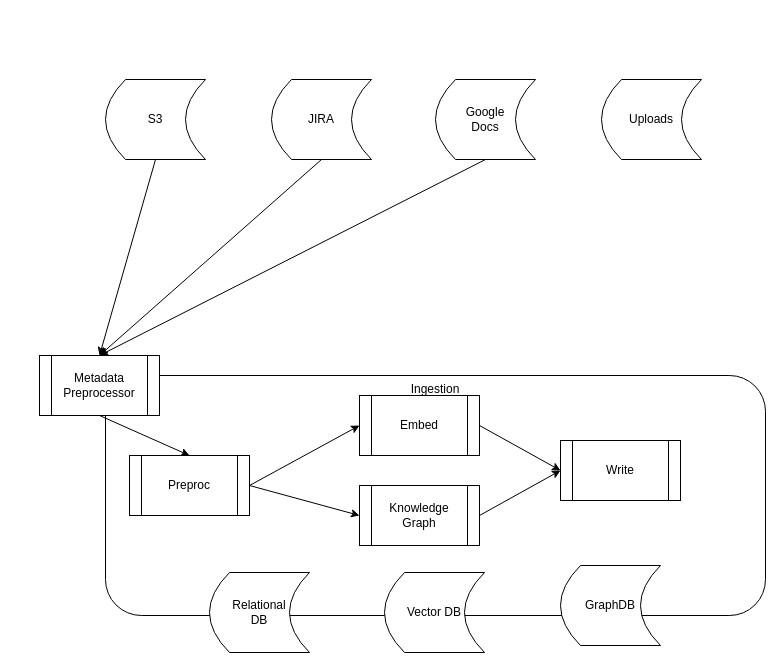
Before: Untitled Diagram.drawio in amanrai/TuliusBackend, a draw.io diagram. Source tidied: cells renumbered, new cells numbered last; positions are measured from the earlier drawing's top-left corner, leaving out a move shared by most shapes. Both pictures are drawn from the tidied source at 100%, with x=0, y=0 at pixel (39, 79).
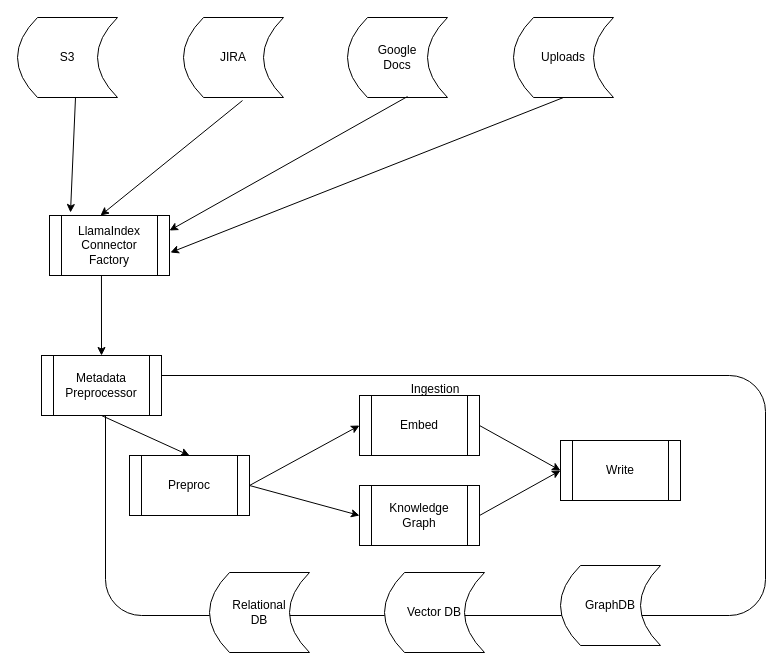
After the change.

The edit, as a diff of the source:
```diff
@@
     <mxCell id="3" value="S3" style="shape=dataStorage;whiteSpace=wrap;html=1;fixedSize=1;" parent="1" vertex="1">
-      <mxGeometry x="66" width="100" height="80" as="geometry" />
+      <mxGeometry x="-22" y="-62" width="100" height="80" as="geometry" />
     </mxCell>
     <mxCell id="4" value="JIRA" style="shape=dataStorage;whiteSpace=wrap;html=1;fixedSize=1;" parent="1" vertex="1">
-      <mxGeometry x="232" width="100" height="80" as="geometry" />
+      <mxGeometry x="144" y="-62" width="100" height="80" as="geometry" />
     </mxCell>
     <mxCell id="5" value="Google &lt;br&gt;Docs" style="shape=dataStorage;whiteSpace=wrap;html=1;fixedSize=1;" parent="1" vertex="1">
-      <mxGeometry x="396" width="100" height="80" as="geometry" />
+      <mxGeometry x="308" y="-62" width="100" height="80" as="geometry" />
     </mxCell>
     <mxCell id="6" value="Uploads" style="shape=dataStorage;whiteSpace=wrap;html=1;fixedSize=1;" parent="1" vertex="1">
-      <mxGeometry x="562" width="100" height="80" as="geometry" />
+      <mxGeometry x="474" y="-62" width="100" height="80" as="geometry" />
     </mxCell>
     <mxCell id="7" value="Metadata Preprocessor" style="shape=process;whiteSpace=wrap;html=1;backgroundOutline=1;" parent="1" vertex="1">
-      <mxGeometry y="276" width="120" height="60" as="geometry" />
+      <mxGeometry x="2" y="276" width="120" height="60" as="geometry" />
     </mxCell>
-    <mxCell id="8" style="endArrow=classic;html=1;rounded=0;exitX=0.5;exitY=1;exitDx=0;exitDy=0;entryX=0.5;entryY=0;entryDx=0;entryDy=0;" parent="1" edge="1" source="4" target="7">
-      <mxGeometry relative="1" as="geometry" />
-    </mxCell>
@@
-    <mxCell id="21" style="endArrow=classic;html=1;rounded=0;exitX=0.5;exitY=1;exitDx=0;exitDy=0;entryX=0.5;entryY=0;entryDx=0;entryDy=0;" parent="1" edge="1" source="3" target="7">
-      <mxGeometry relative="1" as="geometry" />
-    </mxCell>
-    <mxCell id="22" style="endArrow=classic;html=1;rounded=0;exitX=0.5;exitY=1;exitDx=0;exitDy=0;entryX=0.5;entryY=0;entryDx=0;entryDy=0;" parent="1" edge="1" source="5" target="7">
-      <mxGeometry relative="1" as="geometry" />
-    </mxCell>
+    <mxCell id="23" value="LlamaIndex Connector Factory" style="shape=process;whiteSpace=wrap;html=1;backgroundOutline=1;" parent="1" vertex="1">
+      <mxGeometry x="10" y="136" width="120" height="60" as="geometry" />
+    </mxCell>
+    <mxCell id="24" style="endArrow=classic;html=1;rounded=0;exitX=0.58;exitY=1;exitDx=0;exitDy=0;entryX=0.175;entryY=-0.05;entryDx=0;entryDy=0;exitPerimeter=0;entryPerimeter=0;" parent="1" edge="1" source="3" target="23">
+      <mxGeometry relative="1" as="geometry" />
+    </mxCell>
+    <mxCell id="25" style="endArrow=classic;html=1;rounded=0;entryX=0.425;entryY=0;entryDx=0;entryDy=0;entryPerimeter=0;exitX=0.59;exitY=1.038;exitDx=0;exitDy=0;exitPerimeter=0;" parent="1" edge="1" source="4" target="23">
+      <mxGeometry relative="1" as="geometry" />
+    </mxCell>
+    <mxCell id="26" style="endArrow=classic;html=1;rounded=0;exitX=0.6;exitY=0.988;exitDx=0;exitDy=0;exitPerimeter=0;entryX=1;entryY=0.25;entryDx=0;entryDy=0;" parent="1" edge="1" source="5" target="23">
+      <mxGeometry relative="1" as="geometry" />
+    </mxCell>
+    <mxCell id="27" style="endArrow=classic;html=1;rounded=0;entryX=1.008;entryY=0.617;entryDx=0;entryDy=0;entryPerimeter=0;exitX=0.5;exitY=1;exitDx=0;exitDy=0;" parent="1" edge="1" source="6" target="23">
+      <mxGeometry relative="1" as="geometry" />
+    </mxCell>
+    <mxCell id="28" style="endArrow=classic;html=1;rounded=0;entryX=0.5;entryY=0;entryDx=0;entryDy=0;exitX=0.433;exitY=1;exitDx=0;exitDy=0;exitPerimeter=0;" parent="1" edge="1" source="23" target="7">
+      <mxGeometry relative="1" as="geometry" />
+    </mxCell>
```
